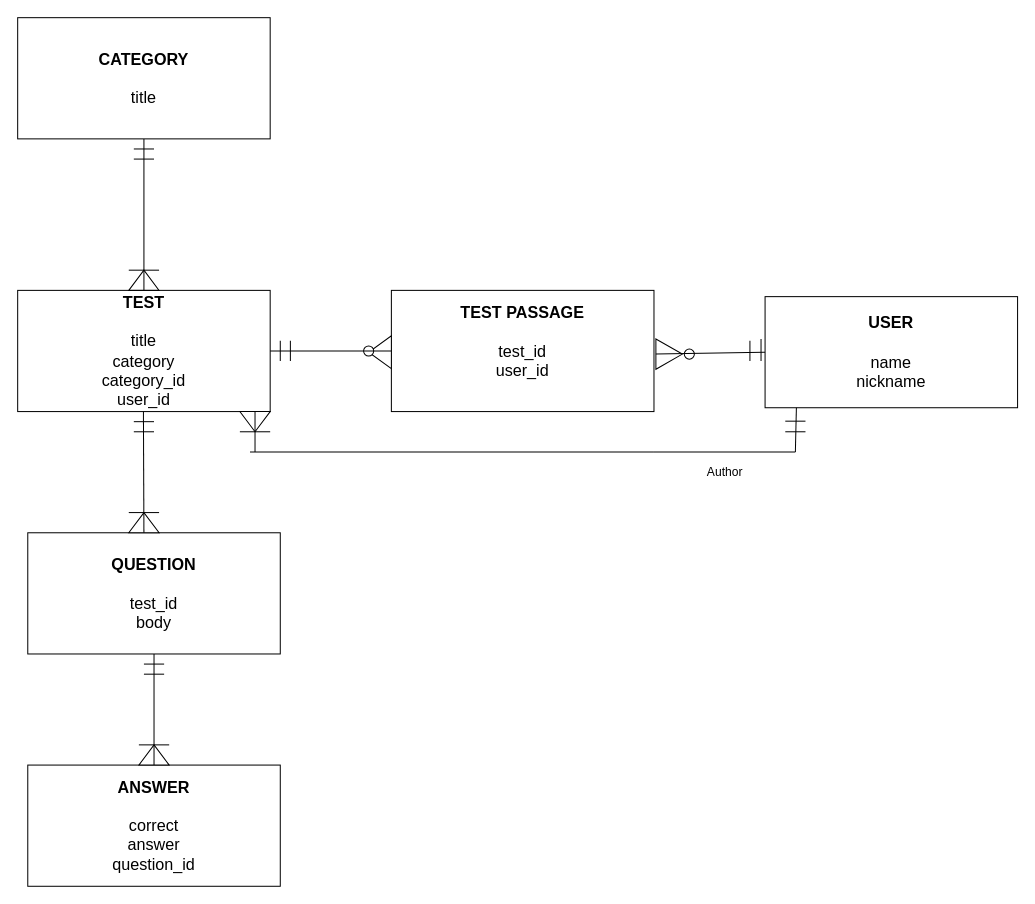
Earlier version of the draw.io diagram Untitled Diagram.drawio (Spola1/test-guru). Source tidied: cells renumbered, new cells numbered last; positions are measured from the earlier drawing's top-left corner, leaving out a move shared by most shapes. Both pictures are drawn from the tidied source at 101%, with x=0, y=0 at pixel (17, 17).
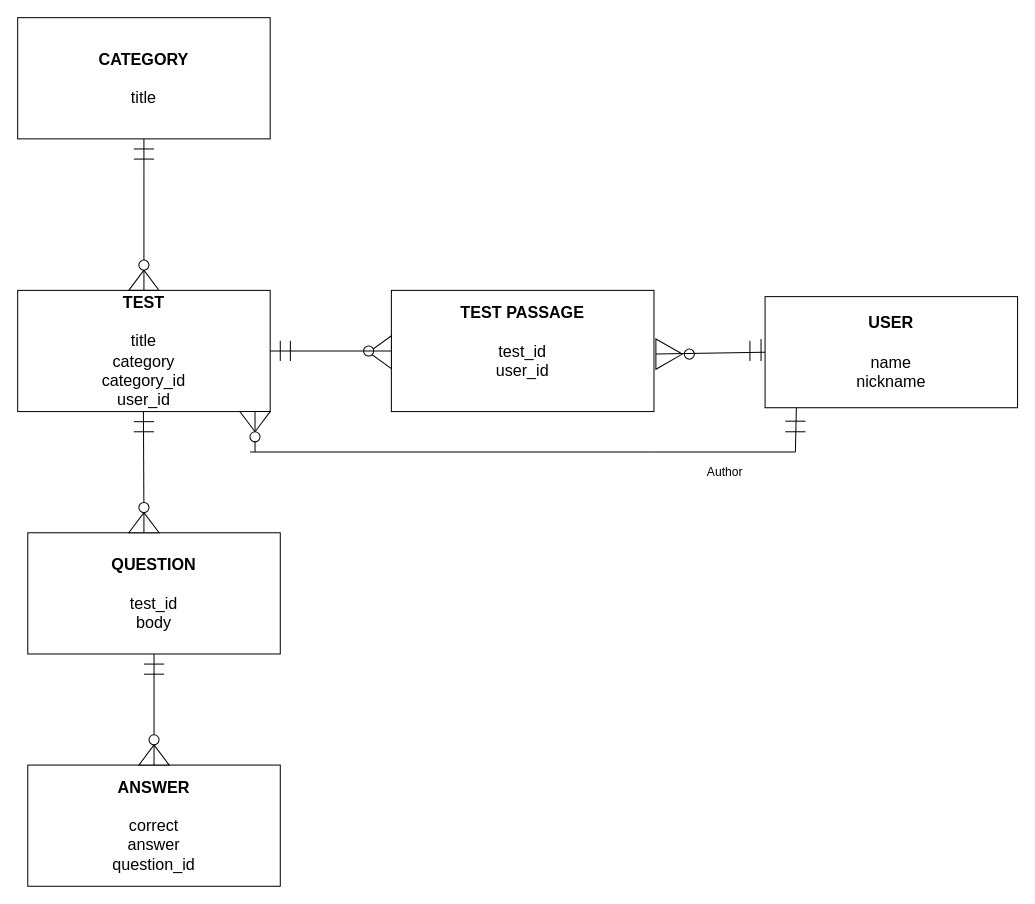
After the change.

Unchanged cells that the change refers to:
```xml
<mxCell id="4" value="&lt;font style=&quot;font-size: 16px&quot;&gt;&lt;font style=&quot;font-size: 16px&quot;&gt;&lt;b&gt;CATEGORY&lt;/b&gt;&lt;br&gt;&lt;/font&gt;&lt;br&gt;&lt;font style=&quot;font-size: 16px&quot;&gt;title&lt;/font&gt;&lt;/font&gt;" style="rounded=0;whiteSpace=wrap;html=1;" parent="1" vertex="1">
  <mxGeometry width="250" height="120" as="geometry" />
</mxCell>
<mxCell id="5" value="&lt;span style=&quot;font-size: 16px&quot;&gt;&lt;font style=&quot;font-size: 16px&quot;&gt;&lt;b&gt;QUESTION&lt;/b&gt;&lt;br&gt;&lt;br&gt;test_id&lt;br&gt;body&lt;br&gt;&lt;/font&gt;&lt;/span&gt;" style="rounded=0;whiteSpace=wrap;html=1;" parent="1" vertex="1">
  <mxGeometry x="10" y="510" width="250" height="120" as="geometry" />
</mxCell>
<mxCell id="6" value="&lt;font style=&quot;font-size: 16px&quot;&gt;&lt;b&gt;ANSWER&lt;/b&gt;&lt;br&gt;&lt;br&gt;correct&lt;br&gt;answer&lt;br&gt;question_id&lt;br&gt;&lt;/font&gt;" style="rounded=0;whiteSpace=wrap;html=1;" parent="1" vertex="1">
  <mxGeometry x="10" y="740" width="250" height="120" as="geometry" />
</mxCell>
<mxCell id="12" style="verticalLabelPosition=bottom;verticalAlign=top;html=1;shape=mxgraph.basic.acute_triangle;dx=0.5;" parent="1" vertex="1">
  <mxGeometry x="110" y="250" width="30" height="20" as="geometry" />
</mxCell>
<mxCell id="17" style="verticalLabelPosition=bottom;verticalAlign=top;html=1;shape=mxgraph.basic.acute_triangle;dx=0.5;" parent="1" vertex="1">
  <mxGeometry x="110" y="490" width="30" height="20" as="geometry" />
</mxCell>
<mxCell id="27" style="verticalLabelPosition=bottom;verticalAlign=top;html=1;shape=mxgraph.basic.acute_triangle;dx=0.5;rotation=-180;" parent="1" vertex="1">
  <mxGeometry x="220" y="390" width="30" height="20" as="geometry" />
</mxCell>
```

Diff of the diagram source:
```diff
@@
-    <mxCell id="10" style="endArrow=none;html=1;" parent="1" edge="1">
-      <mxGeometry relative="1" as="geometry">
-        <mxPoint x="115" y="140" as="sourcePoint" />
-        <mxPoint x="135" y="140" as="targetPoint" />
-      </mxGeometry>
-    </mxCell>
@@
-    <mxCell id="13" style="endArrow=none;html=1;entryX=0.5;entryY=1;entryDx=0;entryDy=0;exitX=0.5;exitY=1;exitDx=0;exitDy=0;exitPerimeter=0;" parent="1" edge="1" source="12" target="4">
-      <mxGeometry relative="1" as="geometry" />
+    <mxCell id="13" style="endArrow=none;html=1;entryX=0.5;entryY=1;entryDx=0;entryDy=0;exitX=0.5;exitY=1;exitDx=0;exitDy=0;exitPerimeter=0;" parent="1" edge="1" target="4">
+      <mxGeometry relative="1" as="geometry">
+        <mxPoint x="125" y="150" as="sourcePoint" />
+      </mxGeometry>
     </mxCell>
-    <mxCell id="14" style="endArrow=none;html=1;" parent="1" edge="1">
-      <mxGeometry relative="1" as="geometry">
-        <mxPoint x="140" y="250" as="sourcePoint" />
-        <mxPoint x="110" y="250" as="targetPoint" />
-      </mxGeometry>
-    </mxCell>
@@
-    <mxCell id="19" style="endArrow=none;html=1;entryX=0.5;entryY=1;entryDx=0;entryDy=0;exitX=0.5;exitY=1;exitDx=0;exitDy=0;exitPerimeter=0;" parent="1" edge="1" source="17">
+    <mxCell id="19" style="endArrow=none;html=1;entryX=0.5;entryY=1;entryDx=0;entryDy=0;exitX=0.5;exitY=1;exitDx=0;exitDy=0;exitPerimeter=0;" parent="1" edge="1" source="45">
       <mxGeometry relative="1" as="geometry">
         <mxPoint x="124.5" y="390" as="targetPoint" />
       </mxGeometry>
     </mxCell>
-    <mxCell id="20" style="endArrow=none;html=1;" parent="1" edge="1">
-      <mxGeometry relative="1" as="geometry">
-        <mxPoint x="140" y="490" as="sourcePoint" />
-        <mxPoint x="110" y="490" as="targetPoint" />
-      </mxGeometry>
-    </mxCell>
@@
-    <mxCell id="22" style="endArrow=none;html=1;entryX=0.5;entryY=0;entryDx=0;entryDy=0;exitX=0.5;exitY=1;exitDx=0;exitDy=0;" parent="1" edge="1" source="5" target="6">
+    <mxCell id="22" style="endArrow=none;html=1;entryX=0.5;entryY=0;entryDx=0;entryDy=0;exitX=0.5;exitY=1;exitDx=0;exitDy=0;" parent="1" edge="1" source="43" target="6">
       <mxGeometry relative="1" as="geometry" />
     </mxCell>
-    <mxCell id="23" style="endArrow=none;html=1;" parent="1" edge="1">
-      <mxGeometry relative="1" as="geometry">
-        <mxPoint x="150" y="720" as="sourcePoint" />
-        <mxPoint x="120" y="720" as="targetPoint" />
-      </mxGeometry>
-    </mxCell>
@@
-    <mxCell id="28" style="endArrow=none;html=1;fontSize=25;entryX=0.5;entryY=1;entryDx=0;entryDy=0;entryPerimeter=0;" parent="1" edge="1" target="27">
-      <mxGeometry relative="1" as="geometry">
-        <mxPoint x="235" y="430" as="sourcePoint" />
-      </mxGeometry>
+    <mxCell id="28" style="endArrow=none;html=1;fontSize=25;entryX=0.5;entryY=1;entryDx=0;entryDy=0;entryPerimeter=0;" parent="1" edge="1" source="50" target="27">
+      <mxGeometry relative="1" as="geometry" />
     </mxCell>
-    <mxCell id="29" style="endArrow=none;html=1;" parent="1" edge="1">
-      <mxGeometry relative="1" as="geometry">
-        <mxPoint x="250" y="410" as="sourcePoint" />
-        <mxPoint x="220" y="410" as="targetPoint" />
-      </mxGeometry>
-    </mxCell>
@@
+    <mxCell id="43" style="ellipse;whiteSpace=wrap;html=1;" parent="1" vertex="1">
+      <mxGeometry x="130" y="710" width="10" height="10" as="geometry" />
+    </mxCell>
+    <mxCell id="44" style="endArrow=none;html=1;entryX=0.5;entryY=0;entryDx=0;entryDy=0;exitX=0.5;exitY=1;exitDx=0;exitDy=0;" parent="1" edge="1" source="5" target="43">
+      <mxGeometry relative="1" as="geometry" />
+    </mxCell>
+    <mxCell id="45" style="ellipse;whiteSpace=wrap;html=1;" parent="1" vertex="1">
+      <mxGeometry x="120" y="480" width="10" height="10" as="geometry" />
+    </mxCell>
+    <mxCell id="46" style="endArrow=none;html=1;entryX=0.5;entryY=1;entryDx=0;entryDy=0;exitX=0.5;exitY=1;exitDx=0;exitDy=0;exitPerimeter=0;" parent="1" edge="1" source="17" target="45">
+      <mxGeometry relative="1" as="geometry" />
+    </mxCell>
+    <mxCell id="47" style="ellipse;whiteSpace=wrap;html=1;" parent="1" vertex="1">
+      <mxGeometry x="120" y="240" width="10" height="10" as="geometry" />
+    </mxCell>
+    <mxCell id="48" style="endArrow=none;html=1;entryX=0.5;entryY=1;entryDx=0;entryDy=0;exitX=0.5;exitY=1;exitDx=0;exitDy=0;exitPerimeter=0;" parent="1" edge="1" source="12" target="47">
+      <mxGeometry relative="1" as="geometry" />
+    </mxCell>
+    <mxCell id="49" style="endArrow=none;html=1;entryX=0.5;entryY=1;entryDx=0;entryDy=0;" parent="1" edge="1">
+      <mxGeometry relative="1" as="geometry">
+        <mxPoint x="125" y="240" as="sourcePoint" />
+        <mxPoint x="125" y="150" as="targetPoint" />
+      </mxGeometry>
+    </mxCell>
+    <mxCell id="50" style="ellipse;whiteSpace=wrap;html=1;" parent="1" vertex="1">
+      <mxGeometry x="230" y="410" width="10" height="10" as="geometry" />
+    </mxCell>
+    <mxCell id="51" style="endArrow=none;html=1;fontSize=25;entryX=0.5;entryY=1;entryDx=0;entryDy=0;entryPerimeter=0;" parent="1" edge="1" target="50">
+      <mxGeometry relative="1" as="geometry">
+        <mxPoint x="235" y="430" as="sourcePoint" />
+      </mxGeometry>
+    </mxCell>
+    <mxCell id="52" style="endArrow=none;html=1;" parent="1" edge="1">
+      <mxGeometry relative="1" as="geometry">
+        <mxPoint x="115" y="140" as="sourcePoint" />
+        <mxPoint x="135" y="140" as="targetPoint" />
+      </mxGeometry>
+    </mxCell>
```
